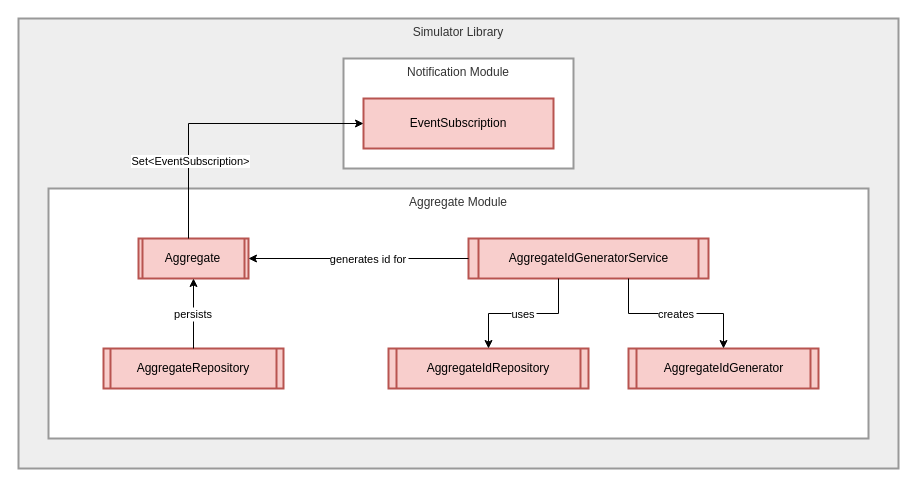
The draw.io diagram data/figs/architecture/layers/layers_aggregate.drawio in socialsoftware/microservices-simulator, before the edit. Source tidied: cells renumbered, new cells numbered last; positions are measured from the earlier drawing's top-left corner, leaving out a move shared by most shapes. Both pictures are drawn from the tidied source at 100%, with x=0, y=0 at pixel (18, 18).
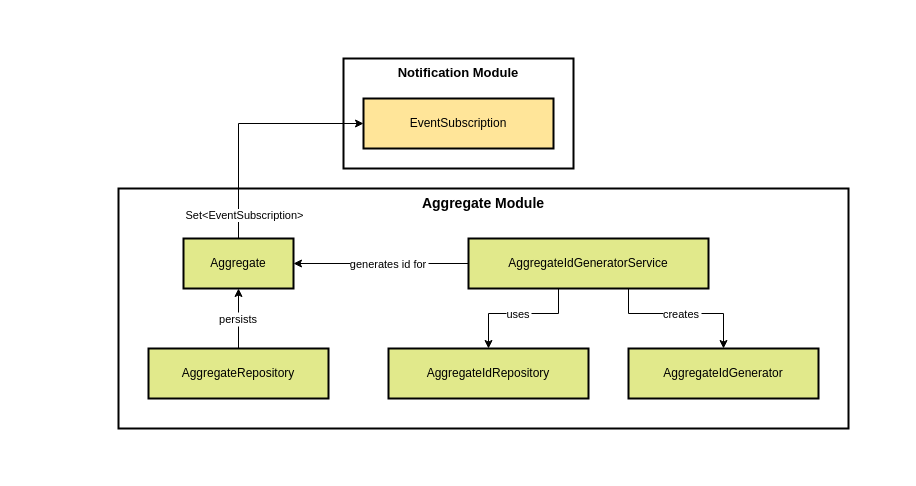
Above is the later version.

Change to the diagram source:
```diff
@@
-    <mxCell id="2" value="Simulator Library" style="whiteSpace=wrap;strokeWidth=2;verticalAlign=top;fillColor=light-dark(#eeeeee,#1f2020);strokeColor=light-dark(#999999,#cccccc);fontColor=light-dark(#333333,#cccccc);" parent="1" vertex="1">
-      <mxGeometry width="880" height="450" as="geometry" />
-    </mxCell>
-    <mxCell id="3" value="Aggregate Module" style="whiteSpace=wrap;strokeWidth=2;fillColor=default;strokeColor=light-dark(#999999,#cccccc);fontColor=light-dark(#333333,#cccccc);verticalAlign=top;" parent="1" vertex="1">
-      <mxGeometry x="30" y="170" width="820" height="250" as="geometry" />
+    <mxCell id="3" value="Aggregate Module" style="whiteSpace=wrap;strokeWidth=2;verticalAlign=top;fontSize=14;fontStyle=1;" parent="1" vertex="1">
+      <mxGeometry x="100" y="170" width="730" height="240" as="geometry" />
     </mxCell>
-    <mxCell id="4" value="Notification Module" style="whiteSpace=wrap;strokeWidth=2;fillColor=default;strokeColor=light-dark(#999999,#cccccc);fontColor=light-dark(#333333,#cccccc);verticalAlign=top;" parent="1" vertex="1">
+    <mxCell id="4" value="Notification Module" style="whiteSpace=wrap;strokeWidth=2;verticalAlign=top;fontSize=13;fontStyle=1;" parent="1" vertex="1">
       <mxGeometry x="325" y="40" width="230" height="110" as="geometry" />
     </mxCell>
-    <mxCell id="5" value="AggregateRepository" style="strokeWidth=2;shape=process;whiteSpace=wrap;size=0.04;fillColor=#f8cecc;strokeColor=#b85450;" parent="1" vertex="1">
-      <mxGeometry x="85" y="330" width="180" height="40" as="geometry" />
+    <mxCell id="5" value="AggregateRepository" style="whiteSpace=wrap;strokeWidth=2;fillColor=#E1E98B;strokeColor=#000000;" parent="1" vertex="1">
+      <mxGeometry x="130" y="330" width="180" height="50" as="geometry" />
     </mxCell>
-    <mxCell id="6" value="Aggregate" style="strokeWidth=2;shape=process;whiteSpace=wrap;size=0.04;fillColor=#f8cecc;strokeColor=#b85450;" parent="1" vertex="1">
-      <mxGeometry x="120" y="220" width="110" height="40" as="geometry" />
+    <mxCell id="6" value="Aggregate" style="whiteSpace=wrap;strokeWidth=2;fillColor=#E1E98B;strokeColor=#000000;" parent="1" vertex="1">
+      <mxGeometry x="165" y="220" width="110" height="50" as="geometry" />
     </mxCell>
-    <mxCell id="7" value="AggregateIdGeneratorService" style="strokeWidth=2;shape=process;whiteSpace=wrap;size=0.04;fillColor=#f8cecc;strokeColor=#b85450;" parent="1" vertex="1">
-      <mxGeometry x="450" y="220" width="240" height="40" as="geometry" />
+    <mxCell id="7" value="AggregateIdGeneratorService" style="whiteSpace=wrap;strokeWidth=2;fillColor=#E1E98B;strokeColor=#000000;" parent="1" vertex="1">
+      <mxGeometry x="450" y="220" width="240" height="50" as="geometry" />
     </mxCell>
-    <mxCell id="8" value="AggregateIdRepository" style="strokeWidth=2;shape=process;whiteSpace=wrap;size=0.04;fillColor=#f8cecc;strokeColor=#b85450;" parent="1" vertex="1">
-      <mxGeometry x="370" y="330" width="200" height="40" as="geometry" />
+    <mxCell id="8" value="AggregateIdRepository" style="whiteSpace=wrap;strokeWidth=2;fillColor=#E1E98B;strokeColor=#000000;" parent="1" vertex="1">
+      <mxGeometry x="370" y="330" width="200" height="50" as="geometry" />
     </mxCell>
-    <mxCell id="9" value="AggregateIdGenerator" style="strokeWidth=2;shape=process;whiteSpace=wrap;size=0.04;fillColor=#f8cecc;strokeColor=#b85450;" parent="1" vertex="1">
-      <mxGeometry x="610" y="330" width="190" height="40" as="geometry" />
+    <mxCell id="9" value="AggregateIdGenerator" style="whiteSpace=wrap;strokeWidth=2;fillColor=#E1E98B;strokeColor=#000000;" parent="1" vertex="1">
+      <mxGeometry x="610" y="330" width="190" height="50" as="geometry" />
     </mxCell>
-    <mxCell id="10" value="EventSubscription" style="whiteSpace=wrap;strokeWidth=2;fillColor=#f8cecc;strokeColor=#b85450;" parent="1" vertex="1">
+    <mxCell id="10" value="EventSubscription" style="whiteSpace=wrap;strokeWidth=2;fillColor=#FFE599;strokeColor=#000000;" parent="1" vertex="1">
       <mxGeometry x="345" y="80" width="190" height="50" as="geometry" />
     </mxCell>
@@
     <mxCell id="15" style="startArrow=none;endArrow=classic;rounded=0;edgeStyle=orthogonalEdgeStyle;jumpStyle=arc;endFill=1;" parent="1" edge="1" source="6" target="10">
       <mxGeometry relative="1" as="geometry">
         <Array as="points">
-          <mxPoint x="170" y="105" />
+          <mxPoint x="220" y="105" />
         </Array>
       </mxGeometry>
     </mxCell>
     <mxCell id="16" value="Set&amp;lt;EventSubscription&amp;gt;" style="edgeLabel;html=1;align=center;verticalAlign=middle;" parent="15" vertex="1">
-      <mxGeometry x="-0.46" y="-1" relative="1" as="geometry" />
+      <mxGeometry x="-0.46" y="-1" relative="1" as="geometry">
+        <mxPoint x="4" y="41" as="offset" />
+      </mxGeometry>
     </mxCell>
```
